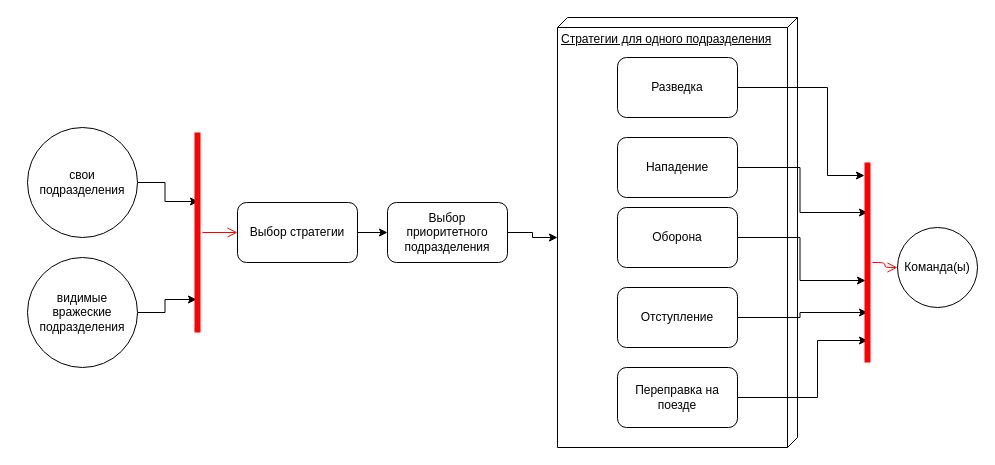
This is Нейросеть/NeuralNetwork_sketch.drawio from 7kia/dissertation-of-master-student, a draw.io file, before an edit. Source tidied: cells renumbered, new cells numbered last; positions are measured from the earlier drawing's top-left corner, leaving out a move shared by most shapes. Both pictures are drawn from the tidied source at 100%, with x=0, y=0 at pixel (27, 17).
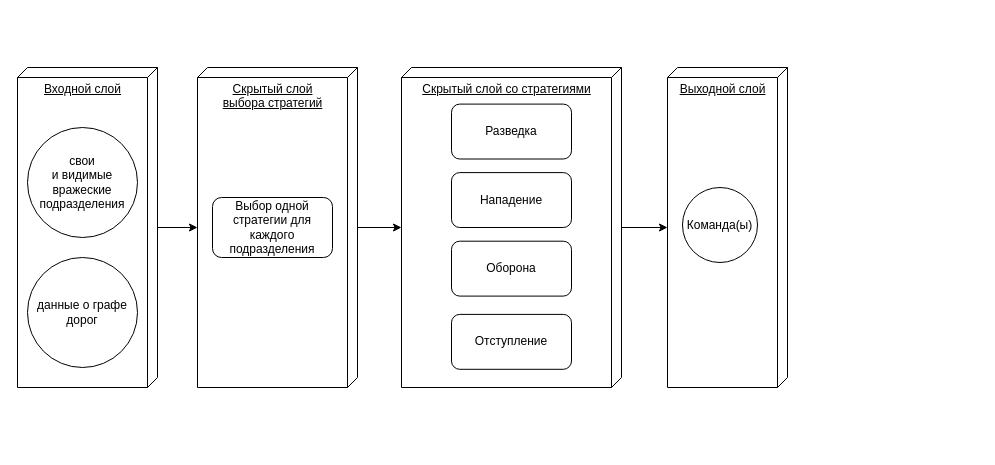
The same page after the edit.

What changed in the source:
```diff
@@
-    <mxCell id="2" style="group;" parent="1" vertex="1">
-      <mxGeometry x="530" width="240" height="430" as="geometry" />
-    </mxCell>
+    <mxCell id="27" value="&lt;div align=&quot;center&quot;&gt;Скрытый слой &lt;br&gt;&lt;/div&gt;&lt;div align=&quot;center&quot;&gt;выбора стратегий&lt;br&gt;&lt;/div&gt;" style="verticalAlign=top;align=center;spacingTop=8;spacingLeft=2;spacingRight=12;shape=cube;size=10;direction=south;fontStyle=4;html=1;strokeColor=#000000;" parent="1" vertex="1">
+      <mxGeometry x="170" y="50" width="160" height="320" as="geometry" />
+    </mxCell>
+    <mxCell id="23" style="edgeStyle=orthogonalEdgeStyle;rounded=0;jettySize=auto;html=1;" parent="1" edge="1" source="27" target="3">
+      <mxGeometry relative="1" as="geometry" />
+    </mxCell>
+    <mxCell id="24" value="Выбор одной стратегии для каждого подразделения" style="rounded=1;whiteSpace=wrap;html=1;" parent="1" vertex="1">
+      <mxGeometry x="185" y="180" width="120" height="60" as="geometry" />
+    </mxCell>
+    <mxCell id="10" style="edgeStyle=orthogonalEdgeStyle;rounded=0;jettySize=auto;html=1;" parent="1" edge="1" source="33" target="27">
+      <mxGeometry relative="1" as="geometry" />
+    </mxCell>
+    <mxCell id="28" style="group;" parent="1" vertex="1">
+      <mxGeometry x="640" y="50" width="120" height="320" as="geometry" />
+    </mxCell>
+    <mxCell id="29" value="&lt;div align=&quot;center&quot;&gt;Выходной слой&lt;/div&gt;" style="verticalAlign=top;align=center;spacingTop=8;spacingLeft=2;spacingRight=12;shape=cube;size=10;direction=south;fontStyle=4;html=1;strokeColor=#000000;" parent="28" vertex="1">
+      <mxGeometry width="120" height="320" as="geometry" />
+    </mxCell>
+    <mxCell id="9" value="Команда(ы)" style="ellipse;whiteSpace=wrap;html=1;" parent="28" vertex="1">
+      <mxGeometry x="15" y="120" width="75" height="75" as="geometry" />
+    </mxCell>
+    <mxCell id="30" style="edgeStyle=orthogonalEdgeStyle;rounded=0;jettySize=auto;html=1;strokeColor=#000000;" parent="1" edge="1" source="3" target="29">
+      <mxGeometry relative="1" as="geometry" />
+    </mxCell>
+    <mxCell id="31" style="group;" parent="1" vertex="1">
+      <mxGeometry x="374" y="50" width="220" height="320" as="geometry" />
+    </mxCell>
+    <mxCell id="32" style="group;" parent="31" vertex="1">
+      <mxGeometry width="220" height="320" as="geometry" />
+    </mxCell>
-    <mxCell id="3" value="Стратегии для одного подразделения" style="verticalAlign=top;align=left;spacingTop=8;spacingLeft=2;spacingRight=12;shape=cube;size=10;direction=south;fontStyle=4;html=1;" parent="2" vertex="1">
-      <mxGeometry width="240" height="430" as="geometry" />
+    <mxCell id="3" value="Скрытый слой со стратегиями" style="verticalAlign=top;align=center;spacingTop=8;spacingLeft=2;spacingRight=12;shape=cube;size=10;direction=south;fontStyle=4;html=1;" parent="32" vertex="1">
+      <mxGeometry width="220" height="320" as="geometry" />
     </mxCell>
-    <mxCell id="4" value="Разведка" style="rounded=1;whiteSpace=wrap;html=1;" parent="2" vertex="1">
-      <mxGeometry x="60" y="40" width="120" height="60" as="geometry" />
+    <mxCell id="4" value="Разведка" style="rounded=1;whiteSpace=wrap;html=1;" parent="32" vertex="1">
+      <mxGeometry x="50" y="36.6" width="120" height="54.9" as="geometry" />
     </mxCell>
-    <mxCell id="5" value="Нападение" style="rounded=1;whiteSpace=wrap;html=1;" parent="2" vertex="1">
-      <mxGeometry x="60" y="120" width="120" height="60" as="geometry" />
+    <mxCell id="5" value="Нападение" style="rounded=1;whiteSpace=wrap;html=1;" parent="32" vertex="1">
+      <mxGeometry x="50" y="105.1" width="120" height="54.9" as="geometry" />
     </mxCell>
-    <mxCell id="6" value="Оборона" style="rounded=1;whiteSpace=wrap;html=1;" parent="2" vertex="1">
-      <mxGeometry x="60" y="190" width="120" height="60" as="geometry" />
+    <mxCell id="6" value="Оборона" style="rounded=1;whiteSpace=wrap;html=1;" parent="32" vertex="1">
+      <mxGeometry x="50" y="173.7" width="120" height="54.9" as="geometry" />
     </mxCell>
-    <mxCell id="7" value="Отступление" style="rounded=1;whiteSpace=wrap;html=1;" parent="2" vertex="1">
-      <mxGeometry x="60" y="270" width="120" height="60" as="geometry" />
+    <mxCell id="7" value="Отступление" style="rounded=1;whiteSpace=wrap;html=1;" parent="32" vertex="1">
+      <mxGeometry x="50" y="246.9" width="120" height="54.9" as="geometry" />
     </mxCell>
-    <mxCell id="8" value="Переправка на поезде" style="rounded=1;whiteSpace=wrap;html=1;" parent="2" vertex="1">
-      <mxGeometry x="60" y="350" width="120" height="60" as="geometry" />
-    </mxCell>
-    <mxCell id="9" value="Команда(ы)" style="ellipse;whiteSpace=wrap;html=1;" parent="1" vertex="1">
-      <mxGeometry x="870" y="210" width="80" height="80" as="geometry" />
-    </mxCell>
-    <mxCell id="10" style="edgeStyle=orthogonalEdgeStyle;rounded=0;jettySize=auto;html=1;exitX=1;exitY=0.5;exitDx=0;exitDy=0;entryX=0.655;entryY=0.6;entryDx=0;entryDy=0;entryPerimeter=0;" parent="1" edge="1" source="11" target="25">
-      <mxGeometry relative="1" as="geometry" />
-    </mxCell>
+    <mxCell id="33" value="&lt;div align=&quot;center&quot;&gt;Входной слой&lt;/div&gt;" style="verticalAlign=top;align=center;spacingTop=8;spacingLeft=2;spacingRight=12;shape=cube;size=10;direction=south;fontStyle=4;html=1;strokeColor=#000000;" parent="1" vertex="1">
+      <mxGeometry x="-10" y="50" width="140" height="320" as="geometry" />
+    </mxCell>
-    <mxCell id="11" value="&lt;div&gt;свои&lt;br&gt;&lt;/div&gt;&lt;div&gt;подразделения&lt;/div&gt;" style="ellipse;whiteSpace=wrap;html=1;" parent="1" vertex="1">
+    <mxCell id="11" value="&lt;div&gt;свои&lt;br&gt;&lt;/div&gt;&lt;div&gt;и видимые вражеские подразделения&lt;/div&gt;" style="ellipse;whiteSpace=wrap;html=1;" parent="1" vertex="1">
       <mxGeometry y="110" width="110" height="110" as="geometry" />
     </mxCell>
-    <mxCell id="12" style="edgeStyle=orthogonalEdgeStyle;rounded=0;jettySize=auto;html=1;exitX=1;exitY=0.5;exitDx=0;exitDy=0;entryX=0.165;entryY=0.4;entryDx=0;entryDy=0;entryPerimeter=0;" parent="1" edge="1" source="13" target="25">
-      <mxGeometry relative="1" as="geometry" />
-    </mxCell>
-    <mxCell id="13" value="&lt;div&gt;видимые вражеские&lt;br&gt;&lt;/div&gt;&lt;div&gt;подразделения&lt;/div&gt;" style="ellipse;whiteSpace=wrap;html=1;" parent="1" vertex="1">
+    <mxCell id="13" value="данные о графе дорог" style="ellipse;whiteSpace=wrap;html=1;" parent="1" vertex="1">
       <mxGeometry y="240" width="110" height="110" as="geometry" />
     </mxCell>
-    <mxCell id="14" style="edgeStyle=orthogonalEdgeStyle;rounded=0;jettySize=auto;html=1;exitX=1;exitY=0.5;exitDx=0;exitDy=0;entryX=0.935;entryY=0.2;entryDx=0;entryDy=0;entryPerimeter=0;" parent="1" edge="1" source="4" target="19">
-      <mxGeometry relative="1" as="geometry">
-        <Array as="points">
-          <mxPoint x="800" y="70" />
-          <mxPoint x="800" y="158" />
-        </Array>
-      </mxGeometry>
-    </mxCell>
-    <mxCell id="15" style="edgeStyle=orthogonalEdgeStyle;rounded=0;jettySize=auto;html=1;exitX=1;exitY=0.5;exitDx=0;exitDy=0;entryX=0.75;entryY=0.5;entryDx=0;entryDy=0;entryPerimeter=0;" parent="1" edge="1" source="5" target="19">
-      <mxGeometry relative="1" as="geometry" />
-    </mxCell>
-    <mxCell id="16" style="edgeStyle=orthogonalEdgeStyle;rounded=0;jettySize=auto;html=1;exitX=1;exitY=0.5;exitDx=0;exitDy=0;entryX=0.41;entryY=0.3;entryDx=0;entryDy=0;entryPerimeter=0;" parent="1" edge="1" source="6" target="19">
-      <mxGeometry relative="1" as="geometry" />
-    </mxCell>
-    <mxCell id="17" style="edgeStyle=orthogonalEdgeStyle;rounded=0;jettySize=auto;html=1;exitX=1;exitY=0.5;exitDx=0;exitDy=0;entryX=0.25;entryY=0.5;entryDx=0;entryDy=0;entryPerimeter=0;" parent="1" edge="1" source="7" target="19">
-      <mxGeometry relative="1" as="geometry" />
-    </mxCell>
-    <mxCell id="18" style="edgeStyle=orthogonalEdgeStyle;rounded=0;jettySize=auto;html=1;exitX=1;exitY=0.5;exitDx=0;exitDy=0;entryX=0.11;entryY=0.5;entryDx=0;entryDy=0;entryPerimeter=0;" parent="1" edge="1" source="8" target="19">
-      <mxGeometry relative="1" as="geometry">
-        <Array as="points">
-          <mxPoint x="790" y="380" />
-          <mxPoint x="790" y="323" />
-        </Array>
-      </mxGeometry>
-    </mxCell>
-    <mxCell id="19" style="shape=line;html=1;strokeWidth=6;strokeColor=#ff0000;rotation=-90;" parent="1" vertex="1">
-      <mxGeometry x="740" y="240" width="200" height="10" as="geometry" />
-    </mxCell>
-    <mxCell id="20" style="edgeStyle=orthogonalEdgeStyle;html=1;verticalAlign=bottom;endArrow=open;endSize=8;strokeColor=#ff0000;" parent="1" edge="1" source="19" target="9">
-      <mxGeometry relative="1" as="geometry" />
-    </mxCell>
-    <mxCell id="21" style="edgeStyle=orthogonalEdgeStyle;rounded=0;jettySize=auto;html=1;exitX=1;exitY=0.5;exitDx=0;exitDy=0;entryX=0;entryY=0;entryDx=220;entryDy=240;entryPerimeter=0;" parent="1" edge="1" source="22" target="3">
-      <mxGeometry relative="1" as="geometry" />
-    </mxCell>
-    <mxCell id="22" value="Выбор приоритетного подразделения" style="rounded=1;whiteSpace=wrap;html=1;" parent="1" vertex="1">
-      <mxGeometry x="360" y="185" width="120" height="60" as="geometry" />
-    </mxCell>
-    <mxCell id="23" style="edgeStyle=orthogonalEdgeStyle;rounded=0;jettySize=auto;html=1;exitX=1;exitY=0.5;exitDx=0;exitDy=0;entryX=0;entryY=0.5;entryDx=0;entryDy=0;" parent="1" edge="1" source="24" target="22">
-      <mxGeometry relative="1" as="geometry" />
-    </mxCell>
-    <mxCell id="24" value="Выбор стратегии" style="rounded=1;whiteSpace=wrap;html=1;" parent="1" vertex="1">
-      <mxGeometry x="210" y="185" width="120" height="60" as="geometry" />
-    </mxCell>
-    <mxCell id="25" style="shape=line;html=1;strokeWidth=6;strokeColor=#ff0000;rotation=-90;" parent="1" vertex="1">
-      <mxGeometry x="70" y="210" width="200" height="10" as="geometry" />
-    </mxCell>
-    <mxCell id="26" style="edgeStyle=orthogonalEdgeStyle;html=1;verticalAlign=bottom;endArrow=open;endSize=8;strokeColor=#ff0000;" parent="1" edge="1" source="25" target="24">
-      <mxGeometry relative="1" as="geometry" />
-    </mxCell>
```
